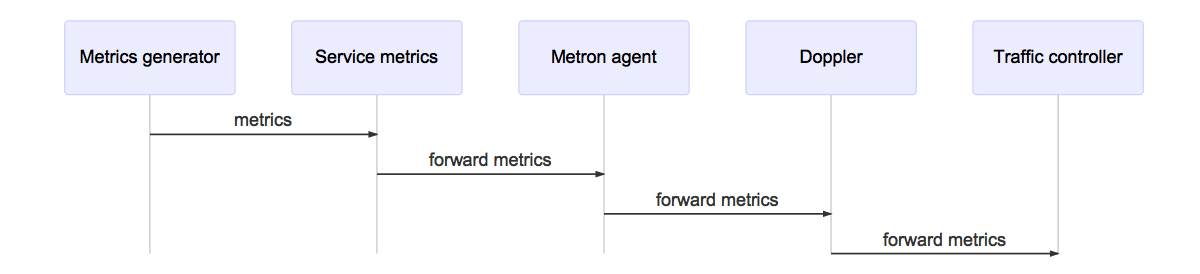
This is img/service_metrics_workflow.mmd.png from pivotal-cf/docs-service-metrics, a Mermaid export, as it was before one commit. Its source is kept beside it as mmd/service_metrics_workflow.mmd. The source it was exported from:
```mermaid
sequenceDiagram
  Metrics generator->> Service metrics: metrics
  Service metrics->> Metron agent: forward metrics
  Metron agent->> Doppler: forward metrics
  Doppler->> Traffic controller: forward metrics
```
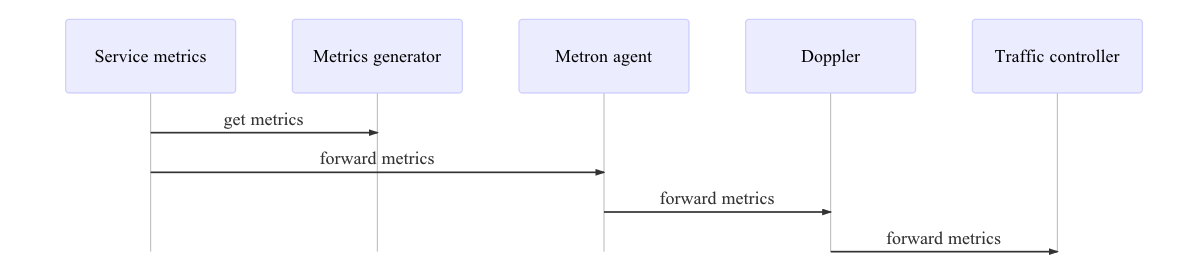
Above is the later version.

Commit message:
Correct information flow in diagram

What changed in the source:
```diff
@@ -1,5 +1,5 @@
 sequenceDiagram
-  Metrics generator->> Service metrics: metrics
+  Service metrics->> Metrics generator: get metrics
   Service metrics->> Metron agent: forward metrics
   Metron agent->> Doppler: forward metrics
   Doppler->> Traffic controller: forward metrics
```
